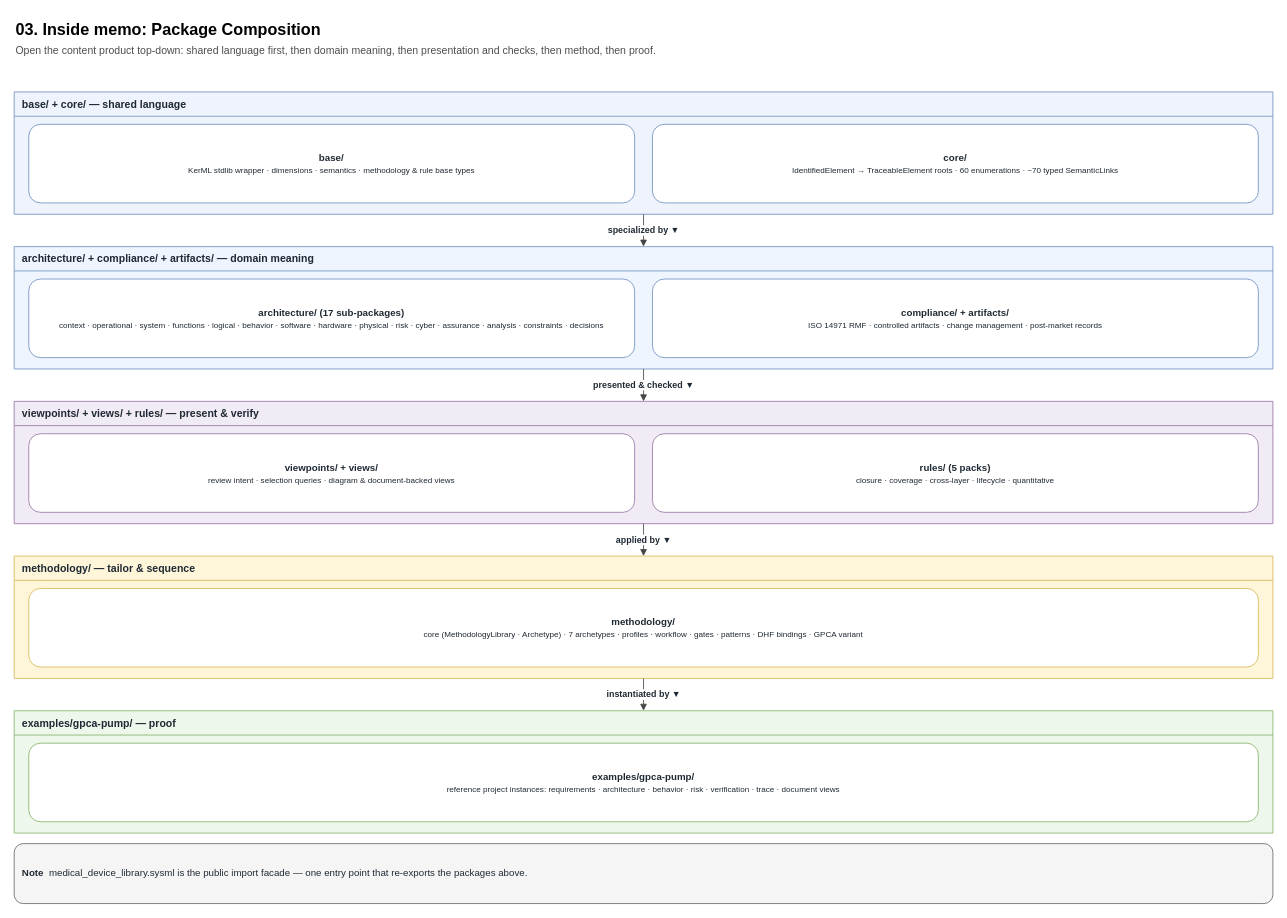
Above: page "03-container-ontology-packages" (3 of 16) of docs/src/diagrams/ontology-medical-device-hierarchy.drawio in memoarchitect/memo-architect (draw.io), before the change. Source tidied: cells renumbered, new cells numbered last; positions are measured from the earlier drawing's top-left corner, leaving out a move shared by most shapes. Both pictures are drawn from the tidied source at 81%, with x=0, y=0 at pixel (14, 14).
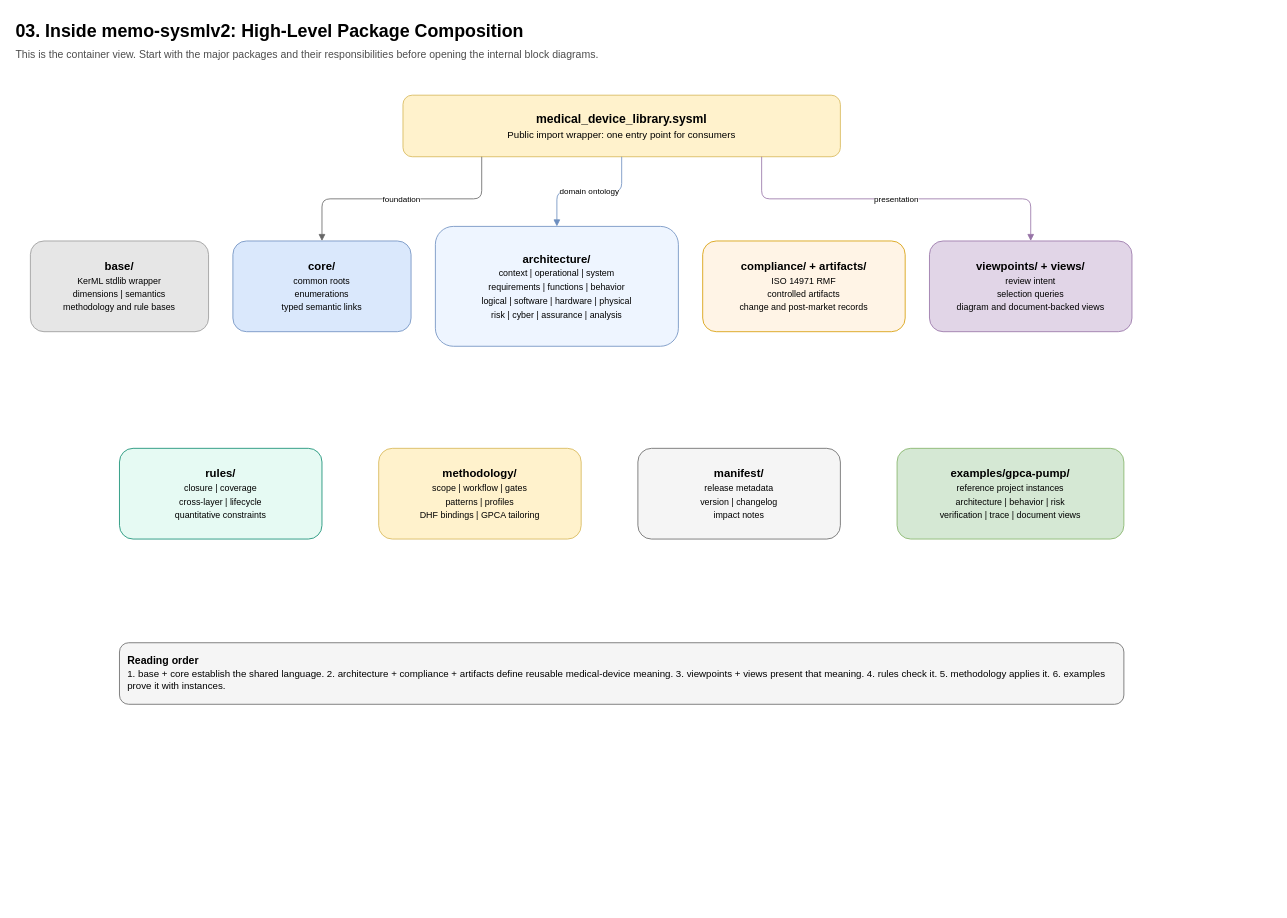
After the change.

Commit message (it also covers changes not shown here):
Revert ontology diagram to WIP version

The edit, as a diff of the source:
```diff
@@
-    <mxCell id="2" value="&lt;b&gt;03. Inside memo: Package Composition&lt;/b&gt;&lt;br/&gt;&lt;font style='font-size:13px;color:#4d4d4d'&gt;Open the content product top-down: shared language first, then domain meaning, then presentation and checks, then method, then proof.&lt;/font&gt;" style="text;html=1;strokeColor=none;fillColor=none;align=left;verticalAlign=top;fontSize=20;" parent="1" vertex="1">
-      <mxGeometry width="1554" height="70" as="geometry" />
-    </mxCell>
-    <mxCell id="3" value="&lt;b&gt;base/  +  core/   — shared language&lt;/b&gt;" style="swimlane;startSize=30;html=1;fontStyle=1;align=left;fillColor=#eef3fc;strokeColor=#6c8ebf;fontSize=13;fontColor=#1f2933;swimlaneFillColor=#eef3fc;spacingLeft=8;" parent="1" vertex="1">
-      <mxGeometry y="96" width="1554" height="151" as="geometry" />
-    </mxCell>
-    <mxCell id="4" value="&lt;b&gt;base/&lt;/b&gt;&lt;br/&gt;&lt;font style='font-size:10px'&gt;KerML stdlib wrapper · dimensions · semantics · methodology &amp; rule base types&lt;/font&gt;" style="rounded=1;whiteSpace=wrap;html=1;fillColor=#ffffff;strokeColor=#6c8ebf;fontSize=12;fontColor=#1f2933;align=center;verticalAlign=middle;spacing=6;" parent="3" vertex="1">
-      <mxGeometry x="18" y="40" width="748" height="97" as="geometry" />
-    </mxCell>
-    <mxCell id="5" value="&lt;b&gt;core/&lt;/b&gt;&lt;br/&gt;&lt;font style='font-size:10px'&gt;IdentifiedElement → TraceableElement roots · 60 enumerations · ~70 typed SemanticLinks&lt;/font&gt;" style="rounded=1;whiteSpace=wrap;html=1;fillColor=#ffffff;strokeColor=#6c8ebf;fontSize=12;fontColor=#1f2933;align=center;verticalAlign=middle;spacing=6;" parent="3" vertex="1">
-      <mxGeometry x="788" y="40" width="748" height="97" as="geometry" />
-    </mxCell>
-    <mxCell id="6" value="&lt;b&gt;architecture/  +  compliance/  +  artifacts/   — domain meaning&lt;/b&gt;" style="swimlane;startSize=30;html=1;fontStyle=1;align=left;fillColor=#eef5ff;strokeColor=#6c8ebf;fontSize=13;fontColor=#1f2933;swimlaneFillColor=#eef5ff;spacingLeft=8;" parent="1" vertex="1">
-      <mxGeometry y="287" width="1554" height="151" as="geometry" />
-    </mxCell>
-    <mxCell id="7" value="&lt;b&gt;architecture/  (17 sub-packages)&lt;/b&gt;&lt;br/&gt;&lt;font style='font-size:10px'&gt;context · operational · system · functions · logical · behavior · software · hardware · physical · risk · cyber · assurance · analysis · constraints · decisions&lt;/font&gt;" style="rounded=1;whiteSpace=wrap;html=1;fillColor=#ffffff;strokeColor=#6c8ebf;fontSize=12;fontColor=#1f2933;align=center;verticalAlign=middle;spacing=6;" parent="6" vertex="1">
-      <mxGeometry x="18" y="40" width="748" height="97" as="geometry" />
-    </mxCell>
-    <mxCell id="8" value="&lt;b&gt;compliance/  +  artifacts/&lt;/b&gt;&lt;br/&gt;&lt;font style='font-size:10px'&gt;ISO 14971 RMF · controlled artifacts · change management · post-market records&lt;/font&gt;" style="rounded=1;whiteSpace=wrap;html=1;fillColor=#ffffff;strokeColor=#6c8ebf;fontSize=12;fontColor=#1f2933;align=center;verticalAlign=middle;spacing=6;" parent="6" vertex="1">
-      <mxGeometry x="788" y="40" width="748" height="97" as="geometry" />
-    </mxCell>
-    <mxCell id="9" value="&lt;b&gt;viewpoints/ + views/  +  rules/   — present &amp; verify&lt;/b&gt;" style="swimlane;startSize=30;html=1;fontStyle=1;align=left;fillColor=#f1ebf5;strokeColor=#9673a6;fontSize=13;fontColor=#1f2933;swimlaneFillColor=#f1ebf5;spacingLeft=8;" parent="1" vertex="1">
-      <mxGeometry y="478" width="1554" height="151" as="geometry" />
-    </mxCell>
-    <mxCell id="10" value="&lt;b&gt;viewpoints/  +  views/&lt;/b&gt;&lt;br/&gt;&lt;font style='font-size:10px'&gt;review intent · selection queries · diagram &amp; document-backed views&lt;/font&gt;" style="rounded=1;whiteSpace=wrap;html=1;fillColor=#ffffff;strokeColor=#9673a6;fontSize=12;fontColor=#1f2933;align=center;verticalAlign=middle;spacing=6;" parent="9" vertex="1">
-      <mxGeometry x="18" y="40" width="748" height="97" as="geometry" />
-    </mxCell>
-    <mxCell id="11" value="&lt;b&gt;rules/  (5 packs)&lt;/b&gt;&lt;br/&gt;&lt;font style='font-size:10px'&gt;closure · coverage · cross-layer · lifecycle · quantitative&lt;/font&gt;" style="rounded=1;whiteSpace=wrap;html=1;fillColor=#ffffff;strokeColor=#9673a6;fontSize=12;fontColor=#1f2933;align=center;verticalAlign=middle;spacing=6;" parent="9" vertex="1">
-      <mxGeometry x="788" y="40" width="748" height="97" as="geometry" />
-    </mxCell>
-    <mxCell id="12" value="&lt;b&gt;methodology/   — tailor &amp; sequence&lt;/b&gt;" style="swimlane;startSize=30;html=1;fontStyle=1;align=left;fillColor=#fff6da;strokeColor=#d6b656;fontSize=13;fontColor=#1f2933;swimlaneFillColor=#fff6da;spacingLeft=8;" parent="1" vertex="1">
-      <mxGeometry y="669" width="1554" height="151" as="geometry" />
-    </mxCell>
-    <mxCell id="13" value="&lt;b&gt;methodology/&lt;/b&gt;&lt;br/&gt;&lt;font style='font-size:10px'&gt;core (MethodologyLibrary · Archetype) · 7 archetypes · profiles · workflow · gates · patterns · DHF bindings · GPCA variant&lt;/font&gt;" style="rounded=1;whiteSpace=wrap;html=1;fillColor=#ffffff;strokeColor=#d6b656;fontSize=12;fontColor=#1f2933;align=center;verticalAlign=middle;spacing=6;" parent="12" vertex="1">
-      <mxGeometry x="18" y="40" width="1518" height="97" as="geometry" />
-    </mxCell>
-    <mxCell id="14" value="&lt;b&gt;examples/gpca-pump/   — proof&lt;/b&gt;" style="swimlane;startSize=30;html=1;fontStyle=1;align=left;fillColor=#eef7ec;strokeColor=#82b366;fontSize=13;fontColor=#1f2933;swimlaneFillColor=#eef7ec;spacingLeft=8;" parent="1" vertex="1">
-      <mxGeometry y="860" width="1554" height="151" as="geometry" />
-    </mxCell>
-    <mxCell id="15" value="&lt;b&gt;examples/gpca-pump/&lt;/b&gt;&lt;br/&gt;&lt;font style='font-size:10px'&gt;reference project instances: requirements · architecture · behavior · risk · verification · trace · document views&lt;/font&gt;" style="rounded=1;whiteSpace=wrap;html=1;fillColor=#ffffff;strokeColor=#82b366;fontSize=12;fontColor=#1f2933;align=center;verticalAlign=middle;spacing=6;" parent="14" vertex="1">
-      <mxGeometry x="18" y="40" width="1518" height="97" as="geometry" />
-    </mxCell>
-    <mxCell id="16" value="specialized by  ▼" style="endArrow=block;endFill=1;html=1;edgeStyle=orthogonalEdgeStyle;rounded=1;exitX=0.5;exitY=1;entryX=0.5;entryY=0;strokeColor=#444444;fontSize=11;fontStyle=1;fontColor=#1f2933;labelBackgroundColor=#ffffff;" parent="1" edge="1" source="3" target="6">
-      <mxGeometry relative="1" as="geometry" />
-    </mxCell>
-    <mxCell id="17" value="presented &amp; checked  ▼" style="endArrow=block;endFill=1;html=1;edgeStyle=orthogonalEdgeStyle;rounded=1;exitX=0.5;exitY=1;entryX=0.5;entryY=0;strokeColor=#444444;fontSize=11;fontStyle=1;fontColor=#1f2933;labelBackgroundColor=#ffffff;" parent="1" edge="1" source="6" target="9">
-      <mxGeometry relative="1" as="geometry" />
-    </mxCell>
-    <mxCell id="18" value="applied by  ▼" style="endArrow=block;endFill=1;html=1;edgeStyle=orthogonalEdgeStyle;rounded=1;exitX=0.5;exitY=1;entryX=0.5;entryY=0;strokeColor=#444444;fontSize=11;fontStyle=1;fontColor=#1f2933;labelBackgroundColor=#ffffff;" parent="1" edge="1" source="9" target="12">
-      <mxGeometry relative="1" as="geometry" />
-    </mxCell>
-    <mxCell id="19" value="instantiated by  ▼" style="endArrow=block;endFill=1;html=1;edgeStyle=orthogonalEdgeStyle;rounded=1;exitX=0.5;exitY=1;entryX=0.5;entryY=0;strokeColor=#444444;fontSize=11;fontStyle=1;fontColor=#1f2933;labelBackgroundColor=#ffffff;" parent="1" edge="1" source="12" target="14">
-      <mxGeometry relative="1" as="geometry" />
-    </mxCell>
-    <mxCell id="20" value="&lt;b&gt;Note&lt;/b&gt;&amp;nbsp;&amp;nbsp;&lt;font style='font-size:12px'&gt;medical_device_library.sysml is the public import facade — one entry point that re-exports the packages above.&lt;/font&gt;" style="rounded=1;whiteSpace=wrap;html=1;fillColor=#f5f5f5;strokeColor=#666666;fontSize=12;fontColor=#1f2933;align=left;verticalAlign=middle;spacing=10;" parent="1" vertex="1">
-      <mxGeometry y="1024" width="1554" height="74" as="geometry" />
-    </mxCell>
+    <mxCell id="21" value="&lt;b&gt;03. Inside memo-sysmlv2: High-Level Package Composition&lt;/b&gt;&lt;br/&gt;&lt;font style=&quot;font-size:13px;color:#4d4d4d&quot;&gt;This is the container view. Start with the major packages and their responsibilities before opening the internal block diagrams.&lt;/font&gt;" style="text;html=1;strokeColor=none;fillColor=none;align=left;fontSize=22;" parent="1" vertex="1">
+      <mxGeometry y="2" width="1480" height="60" as="geometry" />
+    </mxCell>
+    <mxCell id="22" value="&lt;b&gt;medical_device_library.sysml&lt;/b&gt;&lt;br/&gt;&lt;font style=&quot;font-size:12px&quot;&gt;Public import wrapper: one entry point for consumers&lt;/font&gt;" style="rounded=1;whiteSpace=wrap;html=1;fillColor=#fff2cc;strokeColor=#d6b656;fontSize=15;" parent="1" vertex="1">
+      <mxGeometry x="480" y="100" width="540" height="76" as="geometry" />
+    </mxCell>
+    <mxCell id="23" value="&lt;b&gt;base/&lt;/b&gt;&lt;br/&gt;&lt;font style=&quot;font-size:11px&quot;&gt;KerML stdlib wrapper&lt;br/&gt;dimensions | semantics&lt;br/&gt;methodology and rule bases&lt;/font&gt;" style="rounded=1;whiteSpace=wrap;html=1;fillColor=#e6e6e6;strokeColor=#999999;fontSize=14;" parent="1" vertex="1">
+      <mxGeometry x="20" y="280" width="220" height="112" as="geometry" />
+    </mxCell>
+    <mxCell id="24" value="&lt;b&gt;core/&lt;/b&gt;&lt;br/&gt;&lt;font style=&quot;font-size:11px&quot;&gt;common roots&lt;br/&gt;enumerations&lt;br/&gt;typed semantic links&lt;/font&gt;" style="rounded=1;whiteSpace=wrap;html=1;fillColor=#dae8fc;strokeColor=#6c8ebf;fontSize=14;" parent="1" vertex="1">
+      <mxGeometry x="270" y="280" width="220" height="112" as="geometry" />
+    </mxCell>
+    <mxCell id="25" value="&lt;b&gt;architecture/&lt;/b&gt;&lt;br/&gt;&lt;font style=&quot;font-size:11px&quot;&gt;context | operational | system&lt;br/&gt;requirements | functions | behavior&lt;br/&gt;logical | software | hardware | physical&lt;br/&gt;risk | cyber | assurance | analysis&lt;/font&gt;" style="rounded=1;whiteSpace=wrap;html=1;fillColor=#eef5ff;strokeColor=#6c8ebf;fontSize=14;" parent="1" vertex="1">
+      <mxGeometry x="520" y="262" width="300" height="148" as="geometry" />
+    </mxCell>
+    <mxCell id="26" value="&lt;b&gt;compliance/ + artifacts/&lt;/b&gt;&lt;br/&gt;&lt;font style=&quot;font-size:11px&quot;&gt;ISO 14971 RMF&lt;br/&gt;controlled artifacts&lt;br/&gt;change and post-market records&lt;/font&gt;" style="rounded=1;whiteSpace=wrap;html=1;fillColor=#fff4e6;strokeColor=#d79b00;fontSize=14;" parent="1" vertex="1">
+      <mxGeometry x="850" y="280" width="250" height="112" as="geometry" />
+    </mxCell>
+    <mxCell id="27" value="&lt;b&gt;viewpoints/ + views/&lt;/b&gt;&lt;br/&gt;&lt;font style=&quot;font-size:11px&quot;&gt;review intent&lt;br/&gt;selection queries&lt;br/&gt;diagram and document-backed views&lt;/font&gt;" style="rounded=1;whiteSpace=wrap;html=1;fillColor=#e1d5e7;strokeColor=#9673a6;fontSize=14;" parent="1" vertex="1">
+      <mxGeometry x="1130" y="280" width="250" height="112" as="geometry" />
+    </mxCell>
+    <mxCell id="28" value="&lt;b&gt;rules/&lt;/b&gt;&lt;br/&gt;&lt;font style=&quot;font-size:11px&quot;&gt;closure | coverage&lt;br/&gt;cross-layer | lifecycle&lt;br/&gt;quantitative constraints&lt;/font&gt;" style="rounded=1;whiteSpace=wrap;html=1;fillColor=#e6faf3;strokeColor=#0d8b6f;fontSize=14;" parent="1" vertex="1">
+      <mxGeometry x="130" y="536" width="250" height="112" as="geometry" />
+    </mxCell>
+    <mxCell id="29" value="&lt;b&gt;methodology/&lt;/b&gt;&lt;br/&gt;&lt;font style=&quot;font-size:11px&quot;&gt;scope | workflow | gates&lt;br/&gt;patterns | profiles&lt;br/&gt;DHF bindings | GPCA tailoring&lt;/font&gt;" style="rounded=1;whiteSpace=wrap;html=1;fillColor=#fff2cc;strokeColor=#d6b656;fontSize=14;" parent="1" vertex="1">
+      <mxGeometry x="450" y="536" width="250" height="112" as="geometry" />
+    </mxCell>
+    <mxCell id="30" value="&lt;b&gt;manifest/&lt;/b&gt;&lt;br/&gt;&lt;font style=&quot;font-size:11px&quot;&gt;release metadata&lt;br/&gt;version | changelog&lt;br/&gt;impact notes&lt;/font&gt;" style="rounded=1;whiteSpace=wrap;html=1;fillColor=#f5f5f5;strokeColor=#666666;fontSize=14;" parent="1" vertex="1">
+      <mxGeometry x="770" y="536" width="250" height="112" as="geometry" />
+    </mxCell>
+    <mxCell id="31" value="&lt;b&gt;examples/gpca-pump/&lt;/b&gt;&lt;br/&gt;&lt;font style=&quot;font-size:11px&quot;&gt;reference project instances&lt;br/&gt;architecture | behavior | risk&lt;br/&gt;verification | trace | document views&lt;/font&gt;" style="rounded=1;whiteSpace=wrap;html=1;fillColor=#d5e8d4;strokeColor=#82b366;fontSize=14;" parent="1" vertex="1">
+      <mxGeometry x="1090" y="536" width="280" height="112" as="geometry" />
+    </mxCell>
+    <mxCell id="32" value="&lt;b&gt;Reading order&lt;/b&gt;&lt;br/&gt;&lt;font style=&quot;font-size:12px&quot;&gt;1. base + core establish the shared language.  2. architecture + compliance + artifacts define reusable medical-device meaning.  3. viewpoints + views present that meaning.  4. rules check it.  5. methodology applies it.  6. examples prove it with instances.&lt;/font&gt;" style="rounded=1;whiteSpace=wrap;html=1;fillColor=#f5f5f5;strokeColor=#666666;fontSize=13;align=left;spacing=10;" parent="1" vertex="1">
+      <mxGeometry x="130" y="776" width="1240" height="76" as="geometry" />
+    </mxCell>
+    <mxCell id="33" value="foundation" style="endArrow=block;html=1;edgeStyle=orthogonalEdgeStyle;rounded=1;exitX=0.18;exitY=1;entryX=0.5;entryY=0;strokeColor=#666666;fontSize=10;" parent="1" edge="1" source="22" target="24">
+      <mxGeometry relative="1" as="geometry" />
+    </mxCell>
+    <mxCell id="34" value="domain ontology" style="endArrow=block;html=1;edgeStyle=orthogonalEdgeStyle;rounded=1;exitX=0.5;exitY=1;entryX=0.5;entryY=0;strokeColor=#6c8ebf;fontSize=10;" parent="1" edge="1" source="22" target="25">
+      <mxGeometry relative="1" as="geometry" />
+    </mxCell>
+    <mxCell id="35" value="presentation" style="endArrow=block;html=1;edgeStyle=orthogonalEdgeStyle;rounded=1;exitX=0.82;exitY=1;entryX=0.5;entryY=0;strokeColor=#9673a6;fontSize=10;" parent="1" edge="1" source="22" target="27">
+      <mxGeometry relative="1" as="geometry" />
+    </mxCell>
```
